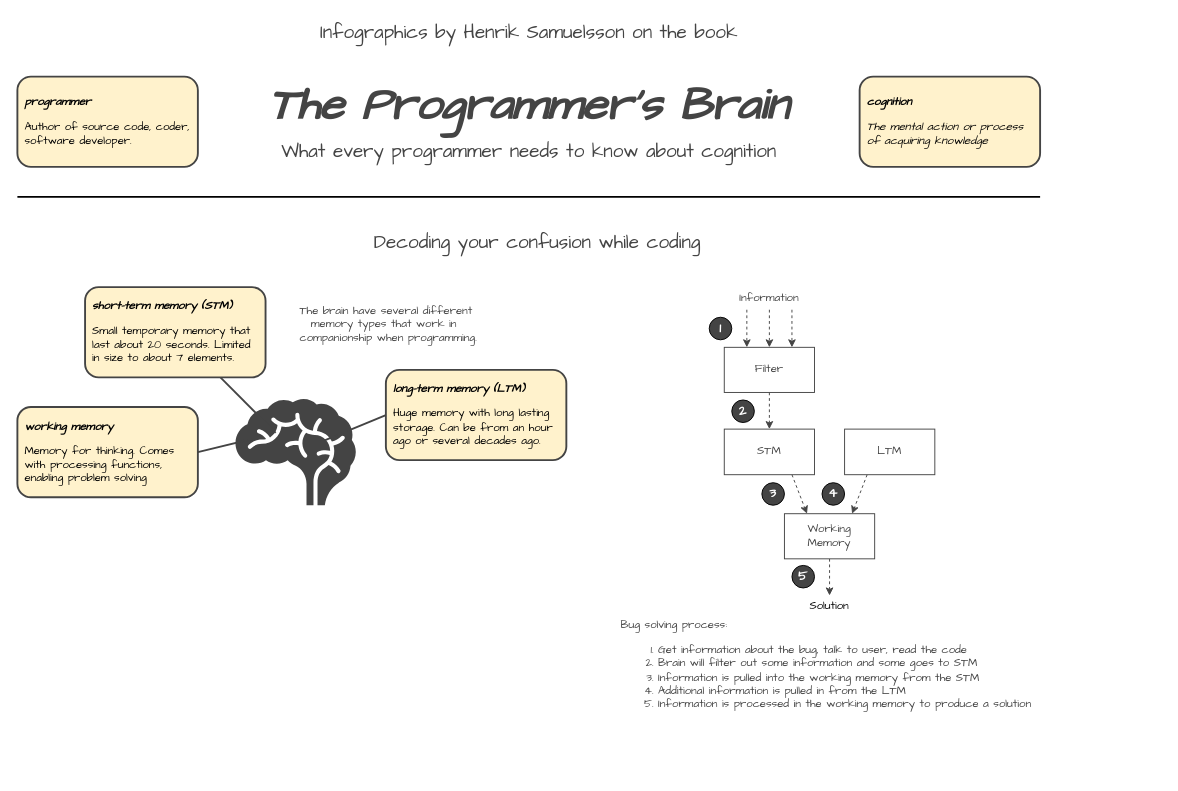
Above: the-programmers-brain-info-grahics.drawio in HenrikSamuelsson/reading-the-programmers-brain (draw.io), before the change. Source tidied: cells renumbered, new cells numbered last; positions are measured from the earlier drawing's top-left corner, leaving out a move shared by most shapes. Both pictures are drawn from the tidied source at 94%, with x=0, y=0 at pixel (17, 16).
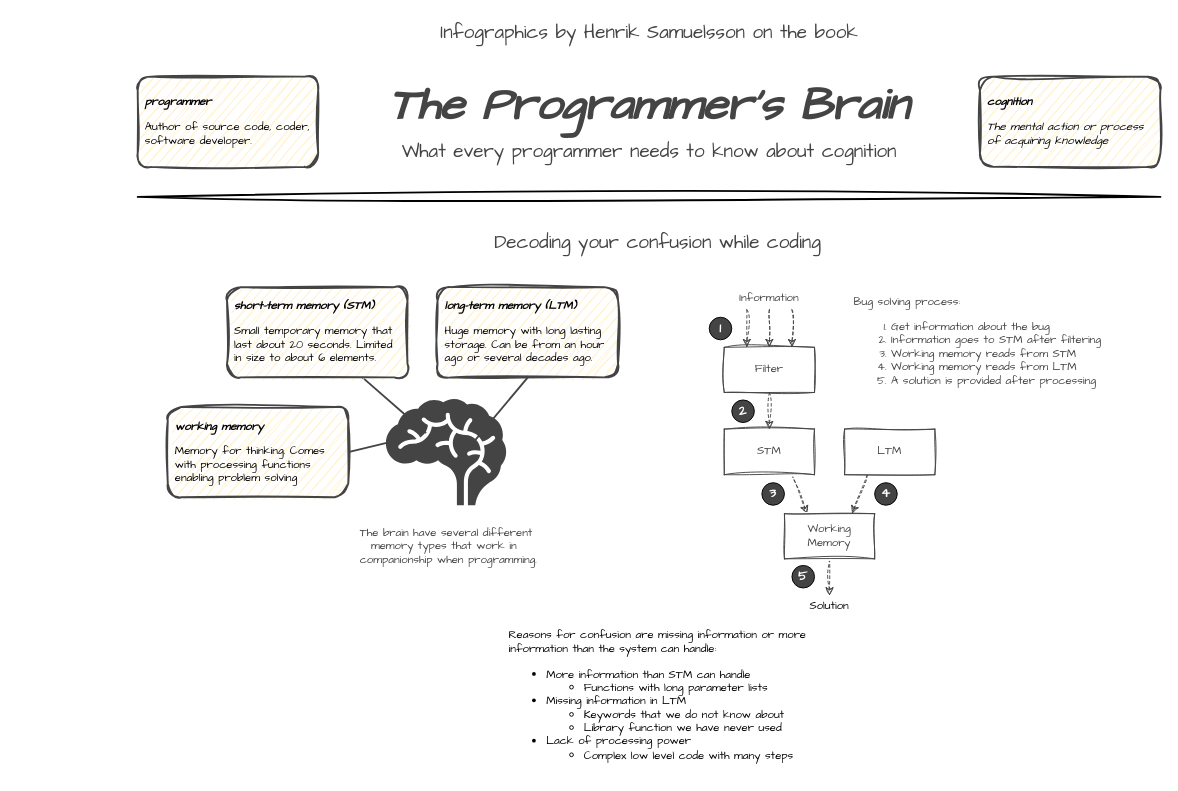
After the change.

Unchanged cells that the change refers to:
```xml
<mxCell id="21" value="Information" style="rounded=0;whiteSpace=wrap;html=1;strokeWidth=1;fontFamily=Comic Sans MS;fontSize=12;fillColor=none;strokeColor=none;fontColor=#444444;" parent="1" vertex="1">
  <mxGeometry x="752" y="288" width="96" height="24" as="geometry" />
</mxCell>
<mxCell id="29" value="Solution" style="rounded=0;whiteSpace=wrap;html=1;strokeWidth=1;fontFamily=Comic Sans MS;fontSize=12;fillColor=none;strokeColor=none;fontColor=#000000;" parent="1" vertex="1">
  <mxGeometry x="816" y="616" width="96" height="24" as="geometry" />
</mxCell>
```

The edit, as a diff of the source:
```diff
@@
     <mxCell id="2" value="&lt;span style=&quot;font-style: normal; font-size: 20px;&quot;&gt;Infographics by Henrik Samuelsson on the book&lt;/span&gt;" style="text;html=1;strokeColor=none;fillColor=none;align=center;verticalAlign=middle;rounded=0;labelBackgroundColor=none;fontFamily=Comic Sans MS;fontSize=20;fontColor=#444444;fontStyle=2;" parent="1" vertex="1">
-      <mxGeometry width="1088" height="32" as="geometry" />
+      <mxGeometry x="128" width="1088" height="32" as="geometry" />
     </mxCell>
     <mxCell id="3" value="&lt;b style=&quot;font-size: 48px;&quot;&gt;&lt;i style=&quot;font-size: 48px;&quot;&gt;The Programmer's Brain&lt;/i&gt;&lt;/b&gt;" style="text;html=1;strokeColor=none;fillColor=none;align=center;verticalAlign=middle;whiteSpace=wrap;rounded=0;shadow=0;labelBackgroundColor=none;sketch=0;strokeWidth=2;fontFamily=Comic Sans MS;fontSize=48;fontColor=#444444;" parent="1" vertex="1">
-      <mxGeometry y="64" width="1088" height="64" as="geometry" />
+      <mxGeometry x="128" y="64" width="1088" height="64" as="geometry" />
     </mxCell>
     <mxCell id="4" value="What every programmer needs to know about cognition" style="text;html=1;strokeColor=none;fillColor=none;align=center;verticalAlign=middle;rounded=0;labelBackgroundColor=none;fontFamily=Comic Sans MS;fontSize=20;fontColor=#444444;fontStyle=0;" parent="1" vertex="1">
-      <mxGeometry x="224" y="127" width="640" height="32" as="geometry" />
+      <mxGeometry x="352" y="127" width="640" height="32" as="geometry" />
     </mxCell>
-    <mxCell id="5" value="&lt;p style=&quot;line-height: 120%;&quot;&gt;&lt;b&gt;&lt;i&gt;programmer&lt;/i&gt;&lt;/b&gt;&lt;/p&gt;&lt;p style=&quot;line-height: 120%;&quot;&gt;Author of source code, coder, software developer.&lt;/p&gt;" style="rounded=1;whiteSpace=wrap;html=1;labelBackgroundColor=none;fontFamily=Comic Sans MS;fontSize=12;strokeColor=#444444;shadow=0;align=left;spacing=8;fillColor=#fff2cc;verticalAlign=middle;strokeWidth=2;" parent="1" vertex="1">
-      <mxGeometry y="64" width="192" height="96" as="geometry" />
+    <mxCell id="5" value="&lt;p style=&quot;line-height: 120%;&quot;&gt;&lt;b&gt;&lt;i&gt;programmer&lt;/i&gt;&lt;/b&gt;&lt;/p&gt;&lt;p style=&quot;line-height: 120%;&quot;&gt;Author of source code, coder, software developer.&lt;/p&gt;" style="rounded=1;whiteSpace=wrap;html=1;labelBackgroundColor=none;fontFamily=Comic Sans MS;fontSize=12;strokeColor=#444444;shadow=0;align=left;spacing=8;fillColor=#fff2cc;verticalAlign=middle;strokeWidth=2;sketch=1;curveFitting=1;jiggle=2;" parent="1" vertex="1">
+      <mxGeometry x="128" y="64" width="192" height="96" as="geometry" />
     </mxCell>
-    <mxCell id="6" value="&lt;p style=&quot;line-height: 120%;&quot;&gt;&lt;b&gt;&lt;i&gt;cognition&lt;/i&gt;&lt;/b&gt;&lt;/p&gt;&lt;p style=&quot;line-height: 120%;&quot;&gt;&lt;i&gt;The mental action or process of acquiring knowledge&lt;/i&gt;&lt;/p&gt;" style="rounded=1;whiteSpace=wrap;html=1;labelBackgroundColor=none;fontFamily=Comic Sans MS;fontSize=12;strokeColor=#444444;shadow=0;align=left;spacing=8;fillColor=#fff2cc;verticalAlign=middle;strokeWidth=2;" parent="1" vertex="1">
-      <mxGeometry x="896" y="64" width="192" height="96" as="geometry" />
+    <mxCell id="6" value="&lt;p style=&quot;line-height: 120%;&quot;&gt;&lt;b&gt;&lt;i&gt;cognition&lt;/i&gt;&lt;/b&gt;&lt;/p&gt;&lt;p style=&quot;line-height: 120%;&quot;&gt;&lt;i&gt;The mental action or process of acquiring knowledge&lt;/i&gt;&lt;/p&gt;" style="rounded=1;whiteSpace=wrap;html=1;labelBackgroundColor=none;fontFamily=Comic Sans MS;fontSize=12;strokeColor=#444444;shadow=0;align=left;spacing=8;fillColor=#fff2cc;verticalAlign=middle;strokeWidth=2;sketch=1;curveFitting=1;jiggle=2;" parent="1" vertex="1">
+      <mxGeometry x="1024" y="64" width="192" height="96" as="geometry" />
     </mxCell>
-    <mxCell id="7" style="shape=mxgraph.signs.healthcare.brain;html=1;fillColor=#444444;strokeColor=none;verticalLabelPosition=bottom;verticalAlign=top;align=center;fontColor=#CCE5FB;" parent="1" vertex="1">
-      <mxGeometry x="232" y="407" width="128" height="113" as="geometry" />
-    </mxCell>
-    <mxCell id="8" style="rounded=0;jettySize=auto;html=1;strokeWidth=2;strokeColor=#444444;endArrow=none;endFill=0;exitX=0;exitY=0.5;exitDx=0;exitDy=0;entryX=0.741;entryY=0.389;entryDx=0;entryDy=0;entryPerimeter=0;" parent="1" edge="1" source="9" target="7">
-      <mxGeometry relative="1" as="geometry" />
-    </mxCell>
-    <mxCell id="9" value="&lt;p style=&quot;line-height: 120%;&quot;&gt;&lt;b&gt;&lt;i&gt;long-term memory (LTM)&lt;/i&gt;&lt;/b&gt;&lt;/p&gt;&lt;p style=&quot;line-height: 120%;&quot;&gt;Huge memory with long lasting storage. Can be from an hour ago or several decades ago.&lt;/p&gt;" style="rounded=1;whiteSpace=wrap;html=1;labelBackgroundColor=none;fontFamily=Comic Sans MS;fontSize=12;strokeColor=#444444;shadow=0;align=left;spacing=8;fillColor=#fff2cc;verticalAlign=middle;strokeWidth=2;" parent="1" vertex="1">
-      <mxGeometry x="392" y="376" width="192" height="96" as="geometry" />
-    </mxCell>
-    <mxCell id="10" style="edgeStyle=none;rounded=0;jettySize=auto;html=1;exitX=0.75;exitY=1;exitDx=0;exitDy=0;strokeColor=#444444;strokeWidth=2;endArrow=none;endFill=0;entryX=0.334;entryY=0.319;entryDx=0;entryDy=0;entryPerimeter=0;" parent="1" edge="1" source="11" target="7">
-      <mxGeometry relative="1" as="geometry" />
-    </mxCell>
-    <mxCell id="11" value="&lt;p style=&quot;line-height: 120%;&quot;&gt;&lt;b&gt;&lt;i&gt;short-term memory (STM)&lt;/i&gt;&lt;/b&gt;&lt;/p&gt;&lt;p style=&quot;line-height: 120%;&quot;&gt;Small temporary memory that last about 20 seconds. Limited in size to about 7 elements.&amp;nbsp;&lt;/p&gt;" style="rounded=1;whiteSpace=wrap;html=1;labelBackgroundColor=none;fontFamily=Comic Sans MS;fontSize=12;strokeColor=#444444;shadow=0;align=left;spacing=8;fillColor=#fff2cc;verticalAlign=middle;strokeWidth=2;" parent="1" vertex="1">
-      <mxGeometry x="72" y="288" width="192" height="96" as="geometry" />
-    </mxCell>
-    <mxCell id="12" style="edgeStyle=none;rounded=0;jettySize=auto;html=1;exitX=1;exitY=0.5;exitDx=0;exitDy=0;strokeColor=#444444;strokeWidth=2;endArrow=none;endFill=0;" parent="1" edge="1" source="13">
-      <mxGeometry relative="1" as="geometry">
-        <mxPoint x="256" y="448" as="targetPoint" />
-      </mxGeometry>
-    </mxCell>
-    <mxCell id="13" value="&lt;p style=&quot;line-height: 120%;&quot;&gt;&lt;b&gt;&lt;i&gt;working memory&lt;/i&gt;&lt;/b&gt;&lt;/p&gt;&lt;p style=&quot;line-height: 120%;&quot;&gt;Memory for thinking. Comes with processing functions, enabling problem solving&lt;/p&gt;" style="rounded=1;whiteSpace=wrap;html=1;labelBackgroundColor=none;fontFamily=Comic Sans MS;fontSize=12;strokeColor=#444444;shadow=0;align=left;spacing=8;fillColor=#fff2cc;verticalAlign=middle;strokeWidth=2;" parent="1" vertex="1">
-      <mxGeometry y="415.5" width="192" height="96" as="geometry" />
-    </mxCell>
-    <mxCell id="14" value="&lt;span style=&quot;font-style: normal; font-size: 12px;&quot;&gt;The brain have several different&lt;br&gt;memory types that work in&amp;nbsp;&lt;br&gt;&amp;nbsp;companionship when programming.&lt;/span&gt;" style="text;html=1;strokeColor=none;fillColor=none;align=center;verticalAlign=middle;rounded=0;labelBackgroundColor=none;fontFamily=Comic Sans MS;fontSize=12;fontColor=#444444;fontStyle=2;" parent="1" vertex="1">
-      <mxGeometry x="280" y="304" width="224" height="48" as="geometry" />
-    </mxCell>
-    <mxCell id="15" style="endArrow=none;html=1;rounded=0;strokeWidth=2;" parent="1" edge="1">
+    <mxCell id="15" style="endArrow=none;html=1;rounded=0;strokeWidth=2;sketch=1;curveFitting=1;jiggle=2;" parent="1" edge="1">
       <mxGeometry relative="1" as="geometry">
-        <mxPoint y="192" as="sourcePoint" />
-        <mxPoint x="1088" y="192" as="targetPoint" />
+        <mxPoint x="128" y="192" as="sourcePoint" />
+        <mxPoint x="1216" y="192" as="targetPoint" />
       </mxGeometry>
     </mxCell>
     <mxCell id="16" value="Decoding your confusion while coding" style="text;html=1;strokeColor=none;fillColor=none;align=center;verticalAlign=middle;rounded=0;labelBackgroundColor=none;fontFamily=Comic Sans MS;fontSize=20;fontColor=#444444;fontStyle=0;" parent="1" vertex="1">
-      <mxGeometry x="233" y="224" width="640" height="32" as="geometry" />
+      <mxGeometry x="361" y="224" width="640" height="32" as="geometry" />
     </mxCell>
-    <mxCell id="17" style="edgeStyle=orthogonalEdgeStyle;rounded=0;jettySize=auto;html=1;exitX=0.5;exitY=1;exitDx=0;exitDy=0;entryX=0.5;entryY=0;entryDx=0;entryDy=0;dashed=1;strokeWidth=1;fontFamily=Comic Sans MS;fontSize=12;endArrow=classic;endFill=1;strokeColor=#444444;" parent="1" edge="1" source="18" target="23">
+    <mxCell id="17" style="edgeStyle=orthogonalEdgeStyle;rounded=0;jettySize=auto;html=1;exitX=0.5;exitY=1;exitDx=0;exitDy=0;entryX=0.5;entryY=0;entryDx=0;entryDy=0;dashed=1;strokeWidth=1;fontFamily=Comic Sans MS;fontSize=12;endArrow=classic;endFill=1;strokeColor=#444444;sketch=1;curveFitting=1;jiggle=2;" parent="1" edge="1" source="18" target="23">
       <mxGeometry relative="1" as="geometry" />
     </mxCell>
-    <mxCell id="18" value="Filter" style="rounded=0;whiteSpace=wrap;html=1;strokeWidth=1;fontFamily=Comic Sans MS;fontSize=12;strokeColor=#444444;fontColor=#444444;" parent="1" vertex="1">
+    <mxCell id="18" value="Filter" style="rounded=0;whiteSpace=wrap;html=1;strokeWidth=1;fontFamily=Comic Sans MS;fontSize=12;strokeColor=#444444;fontColor=#444444;sketch=1;curveFitting=1;jiggle=2;" parent="1" vertex="1">
       <mxGeometry x="752" y="352" width="96" height="48" as="geometry" />
     </mxCell>
-    <mxCell id="19" style="edgeStyle=orthogonalEdgeStyle;rounded=0;jettySize=auto;html=1;exitX=0.5;exitY=1;exitDx=0;exitDy=0;dashed=1;strokeWidth=1;fontFamily=Comic Sans MS;fontSize=12;endArrow=classic;endFill=1;strokeColor=#444444;" parent="1" edge="1" source="21" target="18">
+    <mxCell id="19" style="edgeStyle=orthogonalEdgeStyle;rounded=0;jettySize=auto;html=1;exitX=0.5;exitY=1;exitDx=0;exitDy=0;dashed=1;strokeWidth=1;fontFamily=Comic Sans MS;fontSize=12;endArrow=classic;endFill=1;strokeColor=#444444;sketch=1;curveFitting=1;jiggle=2;" parent="1" edge="1" source="21" target="18">
       <mxGeometry relative="1" as="geometry" />
     </mxCell>
-    <mxCell id="20" style="edgeStyle=orthogonalEdgeStyle;rounded=0;jettySize=auto;html=1;exitX=0.25;exitY=1;exitDx=0;exitDy=0;entryX=0.25;entryY=0;entryDx=0;entryDy=0;dashed=1;strokeWidth=1;fontFamily=Comic Sans MS;fontSize=12;endArrow=classic;endFill=1;strokeColor=#444444;" parent="1" edge="1" source="21" target="18">
+    <mxCell id="20" style="edgeStyle=orthogonalEdgeStyle;rounded=0;jettySize=auto;html=1;exitX=0.25;exitY=1;exitDx=0;exitDy=0;entryX=0.25;entryY=0;entryDx=0;entryDy=0;dashed=1;strokeWidth=1;fontFamily=Comic Sans MS;fontSize=12;endArrow=classic;endFill=1;strokeColor=#444444;sketch=1;curveFitting=1;jiggle=2;" parent="1" edge="1" source="21" target="18">
       <mxGeometry relative="1" as="geometry" />
     </mxCell>
@@
-    <mxCell id="22" style="rounded=0;jettySize=auto;html=1;exitX=0.75;exitY=1;exitDx=0;exitDy=0;entryX=0.25;entryY=0;entryDx=0;entryDy=0;dashed=1;strokeWidth=1;fontFamily=Comic Sans MS;fontSize=12;endArrow=classic;endFill=1;strokeColor=#444444;" parent="1" edge="1" source="23" target="26">
+    <mxCell id="22" style="rounded=0;jettySize=auto;html=1;exitX=0.75;exitY=1;exitDx=0;exitDy=0;entryX=0.25;entryY=0;entryDx=0;entryDy=0;dashed=1;strokeWidth=1;fontFamily=Comic Sans MS;fontSize=12;endArrow=classic;endFill=1;strokeColor=#444444;sketch=1;curveFitting=1;jiggle=2;" parent="1" edge="1" source="23" target="26">
       <mxGeometry relative="1" as="geometry" />
     </mxCell>
-    <mxCell id="23" value="STM" style="rounded=0;whiteSpace=wrap;html=1;strokeWidth=1;fontFamily=Comic Sans MS;fontSize=12;strokeColor=#444444;fontColor=#444444;" parent="1" vertex="1">
+    <mxCell id="23" value="STM" style="rounded=0;whiteSpace=wrap;html=1;strokeWidth=1;fontFamily=Comic Sans MS;fontSize=12;strokeColor=#444444;fontColor=#444444;sketch=1;curveFitting=1;jiggle=2;" parent="1" vertex="1">
       <mxGeometry x="752" y="439" width="96" height="48.5" as="geometry" />
     </mxCell>
-    <mxCell id="24" style="endArrow=classic;html=1;rounded=0;strokeWidth=1;fontFamily=Comic Sans MS;fontSize=12;entryX=0.75;entryY=0;entryDx=0;entryDy=0;exitX=0.75;exitY=1;exitDx=0;exitDy=0;endFill=1;dashed=1;strokeColor=#444444;" parent="1" edge="1" source="21" target="18">
+    <mxCell id="24" style="endArrow=classic;html=1;rounded=0;strokeWidth=1;fontFamily=Comic Sans MS;fontSize=12;entryX=0.75;entryY=0;entryDx=0;entryDy=0;exitX=0.75;exitY=1;exitDx=0;exitDy=0;endFill=1;dashed=1;strokeColor=#444444;sketch=1;curveFitting=1;jiggle=2;" parent="1" edge="1" source="21" target="18">
       <mxGeometry relative="1" as="geometry" />
     </mxCell>
-    <mxCell id="25" style="edgeStyle=none;rounded=0;jettySize=auto;html=1;exitX=0.5;exitY=1;exitDx=0;exitDy=0;entryX=0.5;entryY=0;entryDx=0;entryDy=0;dashed=1;strokeWidth=1;fontFamily=Comic Sans MS;fontSize=12;endArrow=classic;endFill=1;strokeColor=#444444;" parent="1" edge="1" source="26" target="29">
+    <mxCell id="25" style="edgeStyle=none;rounded=0;jettySize=auto;html=1;exitX=0.5;exitY=1;exitDx=0;exitDy=0;entryX=0.5;entryY=0;entryDx=0;entryDy=0;dashed=1;strokeWidth=1;fontFamily=Comic Sans MS;fontSize=12;endArrow=classic;endFill=1;strokeColor=#444444;sketch=1;curveFitting=1;jiggle=2;" parent="1" edge="1" source="26" target="29">
       <mxGeometry relative="1" as="geometry" />
     </mxCell>
-    <mxCell id="26" value="Working Memory" style="rounded=0;whiteSpace=wrap;html=1;strokeWidth=1;fontFamily=Comic Sans MS;fontSize=12;strokeColor=#444444;fontColor=#444444;" parent="1" vertex="1">
+    <mxCell id="26" value="Working Memory" style="rounded=0;whiteSpace=wrap;html=1;strokeWidth=1;fontFamily=Comic Sans MS;fontSize=12;strokeColor=#444444;fontColor=#444444;sketch=1;curveFitting=1;jiggle=2;" parent="1" vertex="1">
       <mxGeometry x="816" y="529" width="96" height="48" as="geometry" />
     </mxCell>
-    <mxCell id="27" style="edgeStyle=none;rounded=0;jettySize=auto;html=1;exitX=0.25;exitY=1;exitDx=0;exitDy=0;entryX=0.75;entryY=0;entryDx=0;entryDy=0;dashed=1;strokeWidth=1;fontFamily=Comic Sans MS;fontSize=12;endArrow=classic;endFill=1;strokeColor=#444444;" parent="1" edge="1" source="28" target="26">
+    <mxCell id="27" style="edgeStyle=none;rounded=0;jettySize=auto;html=1;exitX=0.25;exitY=1;exitDx=0;exitDy=0;entryX=0.75;entryY=0;entryDx=0;entryDy=0;dashed=1;strokeWidth=1;fontFamily=Comic Sans MS;fontSize=12;endArrow=classic;endFill=1;strokeColor=#444444;sketch=1;curveFitting=1;jiggle=2;" parent="1" edge="1" source="28" target="26">
       <mxGeometry relative="1" as="geometry" />
     </mxCell>
-    <mxCell id="28" value="LTM" style="rounded=0;whiteSpace=wrap;html=1;strokeWidth=1;fontFamily=Comic Sans MS;fontSize=12;strokeColor=#444444;fontColor=#444444;" parent="1" vertex="1">
+    <mxCell id="28" value="LTM" style="rounded=0;whiteSpace=wrap;html=1;strokeWidth=1;fontFamily=Comic Sans MS;fontSize=12;strokeColor=#444444;fontColor=#444444;sketch=1;curveFitting=1;jiggle=2;" parent="1" vertex="1">
       <mxGeometry x="880" y="439" width="96" height="48.5" as="geometry" />
     </mxCell>
@@
-    <mxCell id="30" value="1" style="ellipse;whiteSpace=wrap;html=1;strokeWidth=1;fontFamily=Comic Sans MS;fontSize=14;fillColor=#444444;fontStyle=1;labelBackgroundColor=#444444;fontColor=#FFFFFF;" parent="1" vertex="1">
+    <mxCell id="30" value="1" style="ellipse;whiteSpace=wrap;html=1;strokeWidth=1;fontFamily=Comic Sans MS;fontSize=14;fillColor=#444444;fontStyle=1;labelBackgroundColor=#444444;fontColor=#FFFFFF;comic=0;jiggle=1;" parent="1" vertex="1">
       <mxGeometry x="736" y="320" width="24" height="24" as="geometry" />
     </mxCell>
@@
     <mxCell id="33" value="4" style="ellipse;whiteSpace=wrap;html=1;strokeWidth=1;fontFamily=Comic Sans MS;fontSize=14;fillColor=#444444;fontStyle=1;labelBackgroundColor=#444444;fontColor=#FFFFFF;" parent="1" vertex="1">
-      <mxGeometry x="856" y="496" width="24" height="24" as="geometry" />
+      <mxGeometry x="912" y="496" width="24" height="24" as="geometry" />
     </mxCell>
@@
-    <mxCell id="35" value="&lt;span style=&quot;font-style: normal;&quot;&gt;Bug solving process:&lt;br&gt;&lt;ol&gt;&lt;li&gt;&lt;span style=&quot;font-style: normal;&quot;&gt;Get information about the bug, talk to user, read the code&lt;/span&gt;&lt;/li&gt;&lt;li&gt;&lt;span style=&quot;font-style: normal;&quot;&gt;Brain will filter out some information and some goes to STM&lt;/span&gt;&lt;/li&gt;&lt;li&gt;&lt;span style=&quot;font-style: normal;&quot;&gt;Information is pulled into the working memory from the STM&lt;/span&gt;&lt;/li&gt;&lt;li&gt;&lt;span style=&quot;font-style: normal;&quot;&gt;Additional information is pulled in from the LTM&lt;/span&gt;&lt;/li&gt;&lt;li&gt;&lt;span style=&quot;font-style: normal;&quot;&gt;Information is processed in the working memory to produce a solution&lt;/span&gt;&lt;/li&gt;&lt;/ol&gt;&lt;/span&gt;" style="text;html=1;strokeColor=none;fillColor=none;align=left;verticalAlign=middle;rounded=0;labelBackgroundColor=none;fontFamily=Comic Sans MS;fontSize=12;fontColor=#444444;fontStyle=2;" parent="1" vertex="1">
-      <mxGeometry x="640" y="640" width="448" height="112" as="geometry" />
+    <mxCell id="35" value="&lt;span style=&quot;font-style: normal;&quot;&gt;Bug solving process:&lt;br&gt;&lt;ol&gt;&lt;li&gt;&lt;span style=&quot;font-style: normal;&quot;&gt;Get information about the bug&lt;/span&gt;&lt;/li&gt;&lt;li&gt;&lt;span style=&quot;font-style: normal;&quot;&gt;Information goes to STM after filtering&lt;/span&gt;&lt;/li&gt;&lt;li&gt;&lt;span style=&quot;font-style: normal;&quot;&gt;Working memory reads from STM&lt;/span&gt;&lt;/li&gt;&lt;li&gt;Working memory reads from LTM&lt;/li&gt;&lt;li&gt;&lt;span style=&quot;font-style: normal;&quot;&gt;A solution is provided after processing&lt;/span&gt;&lt;/li&gt;&lt;/ol&gt;&lt;/span&gt;" style="text;html=1;strokeColor=none;fillColor=none;align=left;verticalAlign=middle;rounded=0;labelBackgroundColor=none;fontFamily=Comic Sans MS;fontSize=12;fontColor=#444444;fontStyle=2;" parent="1" vertex="1">
+      <mxGeometry x="888" y="296" width="296" height="112" as="geometry" />
     </mxCell>
+    <mxCell id="36" value="&lt;font face=&quot;Comic Sans MS&quot;&gt;Reasons for confusion are missing information or more information than the system can handle:&lt;br&gt;&lt;ul&gt;&lt;li style=&quot;&quot;&gt;More information than STM can handle&lt;/li&gt;&lt;ul&gt;&lt;li style=&quot;&quot;&gt;Functions with long parameter lists&lt;/li&gt;&lt;/ul&gt;&lt;li style=&quot;&quot;&gt;Missing information in LTM&lt;/li&gt;&lt;ul&gt;&lt;li style=&quot;&quot;&gt;Keywords that we do not know about&lt;/li&gt;&lt;li style=&quot;&quot;&gt;Library function we have never used&lt;/li&gt;&lt;/ul&gt;&lt;li&gt;Lack of processing power&lt;/li&gt;&lt;ul&gt;&lt;li&gt;Complex low level code with many steps&lt;/li&gt;&lt;/ul&gt;&lt;/ul&gt;&lt;/font&gt;" style="text;html=1;strokeColor=none;fillColor=none;align=left;verticalAlign=middle;whiteSpace=wrap;rounded=0;comic=0;sketch=0;jiggle=1;" parent="1" vertex="1">
+      <mxGeometry x="521" y="648" width="320" height="160" as="geometry" />
+    </mxCell>
+    <mxCell id="37" style="group;" parent="1" vertex="1">
+      <mxGeometry x="160" y="288" width="479" height="300" as="geometry" />
+    </mxCell>
+    <mxCell id="7" style="shape=mxgraph.signs.healthcare.brain;html=1;fillColor=#444444;strokeColor=none;verticalLabelPosition=bottom;verticalAlign=top;align=center;fontColor=#CCE5FB;" parent="37" vertex="1">
+      <mxGeometry x="232" y="119" width="128" height="113" as="geometry" />
+    </mxCell>
+    <mxCell id="8" style="rounded=0;jettySize=auto;html=1;strokeWidth=2;strokeColor=#444444;endArrow=none;endFill=0;exitX=0.5;exitY=1;exitDx=0;exitDy=0;entryX=0.741;entryY=0.389;entryDx=0;entryDy=0;entryPerimeter=0;" parent="37" edge="1" source="9" target="7">
+      <mxGeometry relative="1" as="geometry" />
+    </mxCell>
+    <mxCell id="9" value="&lt;p style=&quot;line-height: 120%;&quot;&gt;&lt;b&gt;&lt;i&gt;long-term memory (LTM)&lt;/i&gt;&lt;/b&gt;&lt;/p&gt;&lt;p style=&quot;line-height: 120%;&quot;&gt;Huge memory with long lasting storage. Can be from an hour ago or several decades ago.&lt;/p&gt;" style="rounded=1;whiteSpace=wrap;html=1;labelBackgroundColor=none;fontFamily=Comic Sans MS;fontSize=12;strokeColor=#444444;shadow=0;align=left;spacing=8;fillColor=#fff2cc;verticalAlign=middle;strokeWidth=2;sketch=1;curveFitting=1;jiggle=2;" parent="37" vertex="1">
+      <mxGeometry x="287" width="192" height="96" as="geometry" />
+    </mxCell>
+    <mxCell id="10" style="edgeStyle=none;rounded=0;jettySize=auto;html=1;exitX=0.75;exitY=1;exitDx=0;exitDy=0;strokeColor=#444444;strokeWidth=2;endArrow=none;endFill=0;entryX=0.334;entryY=0.319;entryDx=0;entryDy=0;entryPerimeter=0;" parent="37" edge="1" source="11" target="7">
+      <mxGeometry relative="1" as="geometry" />
+    </mxCell>
+    <mxCell id="11" value="&lt;p style=&quot;line-height: 120%;&quot;&gt;&lt;b&gt;&lt;i&gt;short-term memory (STM)&lt;/i&gt;&lt;/b&gt;&lt;/p&gt;&lt;p style=&quot;line-height: 120%;&quot;&gt;Small temporary memory that last about 20 seconds. Limited in size to about 6 elements.&amp;nbsp;&lt;/p&gt;" style="rounded=1;whiteSpace=wrap;html=1;labelBackgroundColor=none;fontFamily=Comic Sans MS;fontSize=12;strokeColor=#444444;shadow=0;align=left;spacing=8;fillColor=#fff2cc;verticalAlign=middle;strokeWidth=2;sketch=1;curveFitting=1;jiggle=2;" parent="37" vertex="1">
+      <mxGeometry x="63" width="192" height="96" as="geometry" />
+    </mxCell>
+    <mxCell id="12" style="edgeStyle=none;rounded=0;jettySize=auto;html=1;exitX=1;exitY=0.5;exitDx=0;exitDy=0;strokeColor=#444444;strokeWidth=2;endArrow=none;endFill=0;" parent="37" edge="1" source="13">
+      <mxGeometry relative="1" as="geometry">
+        <mxPoint x="256" y="160" as="targetPoint" />
+      </mxGeometry>
+    </mxCell>
+    <mxCell id="13" value="&lt;p style=&quot;line-height: 120%;&quot;&gt;&lt;b&gt;&lt;i&gt;working memory&lt;/i&gt;&lt;/b&gt;&lt;/p&gt;&lt;p style=&quot;line-height: 120%;&quot;&gt;Memory for thinking. Comes with processing functions enabling problem solving&lt;/p&gt;" style="rounded=1;whiteSpace=wrap;html=1;labelBackgroundColor=none;fontFamily=Comic Sans MS;fontSize=12;strokeColor=#444444;shadow=0;align=left;spacing=8;fillColor=#fff2cc;verticalAlign=middle;strokeWidth=2;sketch=1;curveFitting=1;jiggle=2;" parent="37" vertex="1">
+      <mxGeometry y="127.5" width="192" height="96" as="geometry" />
+    </mxCell>
+    <mxCell id="14" value="&lt;span style=&quot;font-style: normal; font-size: 12px;&quot;&gt;The brain have several different&lt;br&gt;memory types that work in&amp;nbsp;&lt;br&gt;&amp;nbsp;companionship when programming.&lt;/span&gt;" style="text;html=1;strokeColor=none;fillColor=none;align=center;verticalAlign=middle;rounded=0;labelBackgroundColor=none;fontFamily=Comic Sans MS;fontSize=12;fontColor=#444444;fontStyle=2;" parent="37" vertex="1">
+      <mxGeometry x="184" y="252" width="224" height="48" as="geometry" />
+    </mxCell>
```
